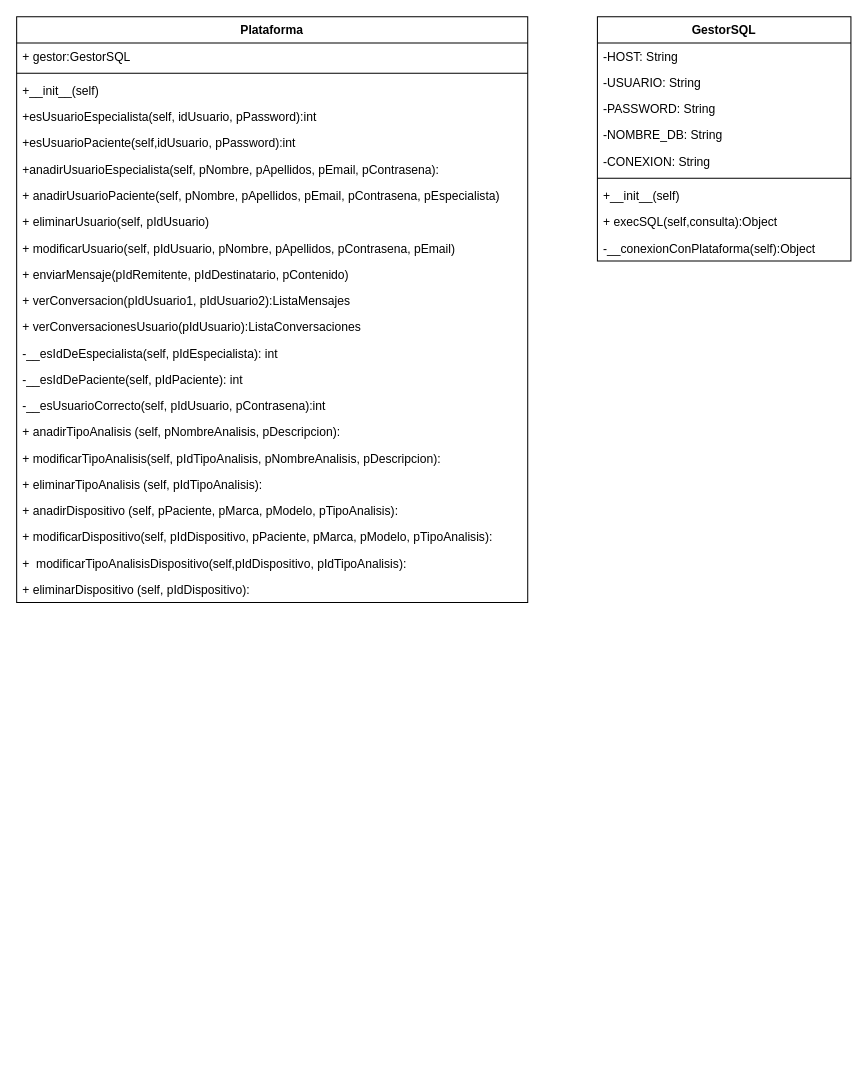
javierpm997/TFG keeps this draw.io diagram as Documentación/3. - Análisis y diseño/Diagrama de Clases Plataforma.drawio. Above is the earlier version. Source tidied: cells renumbered, new cells numbered last; positions are measured from the earlier drawing's top-left corner, leaving out a move shared by most shapes. Both pictures are drawn from the tidied source at 101%, with x=0, y=0 at pixel (16, 16).
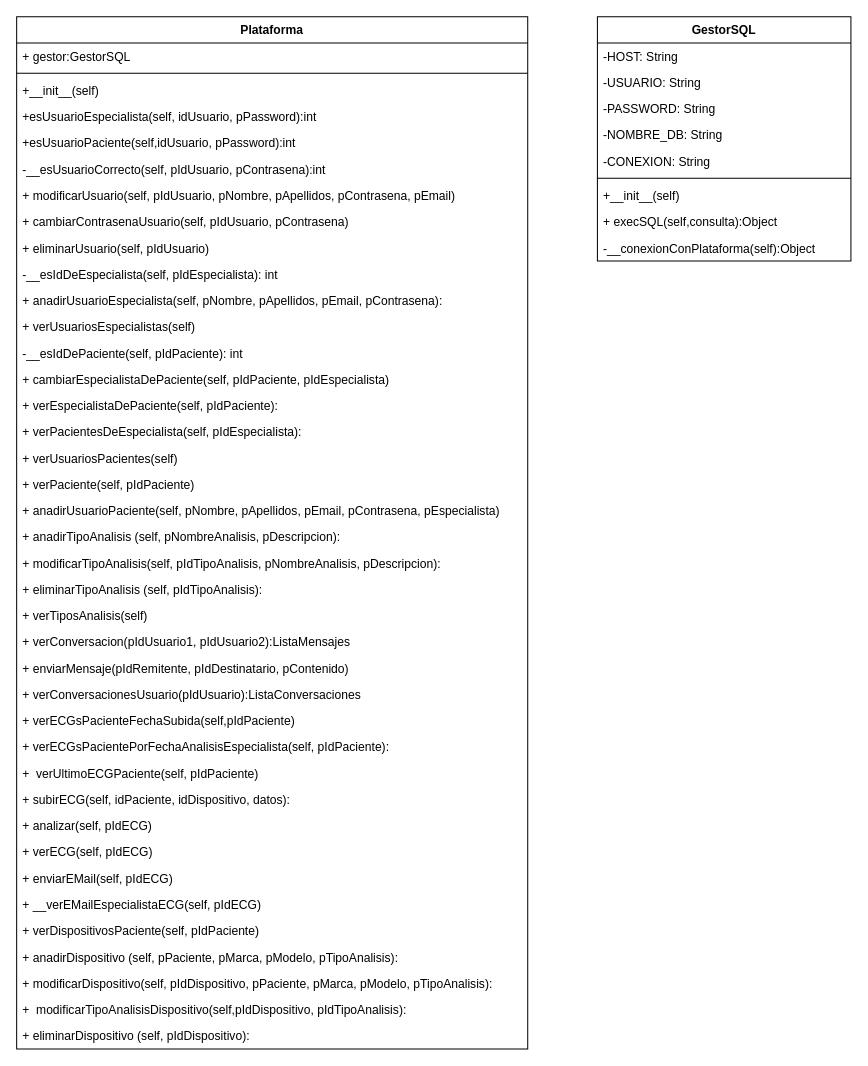
After the change.

What changed in the source:
```diff
@@
     <mxCell id="2" value="Plataforma" style="swimlane;fontStyle=1;align=center;verticalAlign=top;horizontal=1;startSize=26;" parent="1" vertex="1">
-      <mxGeometry width="506" height="580" as="geometry" />
+      <mxGeometry width="506" height="1022" as="geometry" />
     </mxCell>
@@
+    <mxCell id="17" value="-__esUsuarioCorrecto(self, pIdUsuario, pContrasena):int&#10;&#10;" style="text;strokeColor=none;fillColor=none;align=left;verticalAlign=top;spacingLeft=4;spacingRight=4;overflow=hidden;" parent="2" vertex="1">
+      <mxGeometry y="138" width="506" height="26" as="geometry" />
+    </mxCell>
+    <mxCell id="11" value="+ modificarUsuario(self, pIdUsuario, pNombre, pApellidos, pContrasena, pEmail)" style="text;strokeColor=none;fillColor=none;align=left;verticalAlign=top;spacingLeft=4;spacingRight=4;overflow=hidden;" parent="2" vertex="1">
+      <mxGeometry y="164" width="506" height="26" as="geometry" />
+    </mxCell>
+    <mxCell id="35" value="+ cambiarContrasenaUsuario(self, pIdUsuario, pContrasena)" style="text;strokeColor=none;fillColor=none;align=left;verticalAlign=top;spacingLeft=4;spacingRight=4;overflow=hidden;" parent="2" vertex="1">
+      <mxGeometry y="190" width="506" height="26" as="geometry" />
+    </mxCell>
+    <mxCell id="10" value="+ eliminarUsuario(self, pIdUsuario)" style="text;strokeColor=none;fillColor=none;align=left;verticalAlign=top;spacingLeft=4;spacingRight=4;overflow=hidden;" parent="2" vertex="1">
+      <mxGeometry y="216" width="506" height="26" as="geometry" />
+    </mxCell>
+    <mxCell id="15" value="-__esIdDeEspecialista(self, pIdEspecialista): int&#10;" style="text;strokeColor=none;fillColor=none;align=left;verticalAlign=top;spacingLeft=4;spacingRight=4;overflow=hidden;" parent="2" vertex="1">
+      <mxGeometry y="242" width="506" height="26" as="geometry" />
+    </mxCell>
-    <mxCell id="8" value="+anadirUsuarioEspecialista(self, pNombre, pApellidos, pEmail, pContrasena):&#10;" style="text;strokeColor=none;fillColor=none;align=left;verticalAlign=top;spacingLeft=4;spacingRight=4;overflow=hidden;" parent="2" vertex="1">
-      <mxGeometry y="138" width="506" height="26" as="geometry" />
+    <mxCell id="8" value="+ anadirUsuarioEspecialista(self, pNombre, pApellidos, pEmail, pContrasena):&#10;" style="text;strokeColor=none;fillColor=none;align=left;verticalAlign=top;spacingLeft=4;spacingRight=4;overflow=hidden;" parent="2" vertex="1">
+      <mxGeometry y="268" width="506" height="26" as="geometry" />
     </mxCell>
+    <mxCell id="36" value="+ verUsuariosEspecialistas(self)" style="text;strokeColor=none;fillColor=none;align=left;verticalAlign=top;spacingLeft=4;spacingRight=4;overflow=hidden;" parent="2" vertex="1">
+      <mxGeometry y="294" width="506" height="26" as="geometry" />
+    </mxCell>
+    <mxCell id="16" value="-__esIdDePaciente(self, pIdPaciente): int&#10;" style="text;strokeColor=none;fillColor=none;align=left;verticalAlign=top;spacingLeft=4;spacingRight=4;overflow=hidden;" parent="2" vertex="1">
+      <mxGeometry y="320" width="506" height="26" as="geometry" />
+    </mxCell>
+    <mxCell id="37" value="+ cambiarEspecialistaDePaciente(self, pIdPaciente, pIdEspecialista)" style="text;strokeColor=none;fillColor=none;align=left;verticalAlign=top;spacingLeft=4;spacingRight=4;overflow=hidden;" parent="2" vertex="1">
+      <mxGeometry y="346" width="506" height="26" as="geometry" />
+    </mxCell>
+    <mxCell id="38" value="+ verEspecialistaDePaciente(self, pIdPaciente):" style="text;strokeColor=none;fillColor=none;align=left;verticalAlign=top;spacingLeft=4;spacingRight=4;overflow=hidden;" parent="2" vertex="1">
+      <mxGeometry y="372" width="506" height="26" as="geometry" />
+    </mxCell>
+    <mxCell id="39" value="+ verPacientesDeEspecialista(self, pIdEspecialista):" style="text;strokeColor=none;fillColor=none;align=left;verticalAlign=top;spacingLeft=4;spacingRight=4;overflow=hidden;" parent="2" vertex="1">
+      <mxGeometry y="398" width="506" height="26" as="geometry" />
+    </mxCell>
+    <mxCell id="40" value="+ verUsuariosPacientes(self)" style="text;strokeColor=none;fillColor=none;align=left;verticalAlign=top;spacingLeft=4;spacingRight=4;overflow=hidden;" parent="2" vertex="1">
+      <mxGeometry y="424" width="506" height="26" as="geometry" />
+    </mxCell>
+    <mxCell id="41" value="+ verPaciente(self, pIdPaciente)" style="text;strokeColor=none;fillColor=none;align=left;verticalAlign=top;spacingLeft=4;spacingRight=4;overflow=hidden;" parent="2" vertex="1">
+      <mxGeometry y="450" width="506" height="26" as="geometry" />
+    </mxCell>
     <mxCell id="9" value="+ anadirUsuarioPaciente(self, pNombre, pApellidos, pEmail, pContrasena, pEspecialista)" style="text;strokeColor=none;fillColor=none;align=left;verticalAlign=top;spacingLeft=4;spacingRight=4;overflow=hidden;" parent="2" vertex="1">
-      <mxGeometry y="164" width="506" height="26" as="geometry" />
+      <mxGeometry y="476" width="506" height="26" as="geometry" />
     </mxCell>
-    <mxCell id="10" value="+ eliminarUsuario(self, pIdUsuario)" style="text;strokeColor=none;fillColor=none;align=left;verticalAlign=top;spacingLeft=4;spacingRight=4;overflow=hidden;" parent="2" vertex="1">
-      <mxGeometry y="190" width="506" height="26" as="geometry" />
-    </mxCell>
-    <mxCell id="11" value="+ modificarUsuario(self, pIdUsuario, pNombre, pApellidos, pContrasena, pEmail)" style="text;strokeColor=none;fillColor=none;align=left;verticalAlign=top;spacingLeft=4;spacingRight=4;overflow=hidden;" parent="2" vertex="1">
-      <mxGeometry y="216" width="506" height="26" as="geometry" />
-    </mxCell>
-    <mxCell id="12" value="+ enviarMensaje(pIdRemitente, pIdDestinatario, pContenido)" style="text;strokeColor=none;fillColor=none;align=left;verticalAlign=top;spacingLeft=4;spacingRight=4;overflow=hidden;" parent="2" vertex="1">
-      <mxGeometry y="242" width="506" height="26" as="geometry" />
-    </mxCell>
-    <mxCell id="13" value="+ verConversacion(pIdUsuario1, pIdUsuario2):ListaMensajes" style="text;strokeColor=none;fillColor=none;align=left;verticalAlign=top;spacingLeft=4;spacingRight=4;overflow=hidden;" parent="2" vertex="1">
-      <mxGeometry y="268" width="506" height="26" as="geometry" />
-    </mxCell>
-    <mxCell id="14" value="+ verConversacionesUsuario(pIdUsuario):ListaConversaciones" style="text;strokeColor=none;fillColor=none;align=left;verticalAlign=top;spacingLeft=4;spacingRight=4;overflow=hidden;" parent="2" vertex="1">
-      <mxGeometry y="294" width="506" height="26" as="geometry" />
-    </mxCell>
-    <mxCell id="15" value="-__esIdDeEspecialista(self, pIdEspecialista): int&#10;" style="text;strokeColor=none;fillColor=none;align=left;verticalAlign=top;spacingLeft=4;spacingRight=4;overflow=hidden;" parent="2" vertex="1">
-      <mxGeometry y="320" width="506" height="26" as="geometry" />
-    </mxCell>
-    <mxCell id="16" value="-__esIdDePaciente(self, pIdPaciente): int&#10;" style="text;strokeColor=none;fillColor=none;align=left;verticalAlign=top;spacingLeft=4;spacingRight=4;overflow=hidden;" parent="2" vertex="1">
-      <mxGeometry y="346" width="506" height="26" as="geometry" />
-    </mxCell>
-    <mxCell id="17" value="-__esUsuarioCorrecto(self, pIdUsuario, pContrasena):int&#10;&#10;" style="text;strokeColor=none;fillColor=none;align=left;verticalAlign=top;spacingLeft=4;spacingRight=4;overflow=hidden;" parent="2" vertex="1">
-      <mxGeometry y="372" width="506" height="26" as="geometry" />
-    </mxCell>
     <mxCell id="18" value="+ anadirTipoAnalisis (self, pNombreAnalisis, pDescripcion):" style="text;strokeColor=none;fillColor=none;align=left;verticalAlign=top;spacingLeft=4;spacingRight=4;overflow=hidden;" parent="2" vertex="1">
-      <mxGeometry y="398" width="506" height="26" as="geometry" />
+      <mxGeometry y="502" width="506" height="26" as="geometry" />
     </mxCell>
     <mxCell id="19" value="+ modificarTipoAnalisis(self, pIdTipoAnalisis, pNombreAnalisis, pDescripcion):" style="text;strokeColor=none;fillColor=none;align=left;verticalAlign=top;spacingLeft=4;spacingRight=4;overflow=hidden;" parent="2" vertex="1">
-      <mxGeometry y="424" width="506" height="26" as="geometry" />
+      <mxGeometry y="528" width="506" height="26" as="geometry" />
     </mxCell>
     <mxCell id="20" value="+ eliminarTipoAnalisis (self, pIdTipoAnalisis):" style="text;strokeColor=none;fillColor=none;align=left;verticalAlign=top;spacingLeft=4;spacingRight=4;overflow=hidden;" parent="2" vertex="1">
-      <mxGeometry y="450" width="506" height="26" as="geometry" />
+      <mxGeometry y="554" width="506" height="26" as="geometry" />
     </mxCell>
+    <mxCell id="42" value="+ verTiposAnalisis(self)" style="text;strokeColor=none;fillColor=none;align=left;verticalAlign=top;spacingLeft=4;spacingRight=4;overflow=hidden;" parent="2" vertex="1">
+      <mxGeometry y="580" width="506" height="26" as="geometry" />
+    </mxCell>
+    <mxCell id="13" value="+ verConversacion(pIdUsuario1, pIdUsuario2):ListaMensajes" style="text;strokeColor=none;fillColor=none;align=left;verticalAlign=top;spacingLeft=4;spacingRight=4;overflow=hidden;" parent="2" vertex="1">
+      <mxGeometry y="606" width="506" height="26" as="geometry" />
+    </mxCell>
+    <mxCell id="12" value="+ enviarMensaje(pIdRemitente, pIdDestinatario, pContenido)" style="text;strokeColor=none;fillColor=none;align=left;verticalAlign=top;spacingLeft=4;spacingRight=4;overflow=hidden;" parent="2" vertex="1">
+      <mxGeometry y="632" width="506" height="26" as="geometry" />
+    </mxCell>
+    <mxCell id="14" value="+ verConversacionesUsuario(pIdUsuario):ListaConversaciones" style="text;strokeColor=none;fillColor=none;align=left;verticalAlign=top;spacingLeft=4;spacingRight=4;overflow=hidden;" parent="2" vertex="1">
+      <mxGeometry y="658" width="506" height="26" as="geometry" />
+    </mxCell>
+    <mxCell id="43" value="+ verECGsPacienteFechaSubida(self,pIdPaciente)" style="text;strokeColor=none;fillColor=none;align=left;verticalAlign=top;spacingLeft=4;spacingRight=4;overflow=hidden;" parent="2" vertex="1">
+      <mxGeometry y="684" width="506" height="26" as="geometry" />
+    </mxCell>
+    <mxCell id="44" value="+ verECGsPacientePorFechaAnalisisEspecialista(self, pIdPaciente):" style="text;strokeColor=none;fillColor=none;align=left;verticalAlign=top;spacingLeft=4;spacingRight=4;overflow=hidden;" parent="2" vertex="1">
+      <mxGeometry y="710" width="506" height="26" as="geometry" />
+    </mxCell>
+    <mxCell id="45" value="+  verUltimoECGPaciente(self, pIdPaciente)" style="text;strokeColor=none;fillColor=none;align=left;verticalAlign=top;spacingLeft=4;spacingRight=4;overflow=hidden;" parent="2" vertex="1">
+      <mxGeometry y="736" width="506" height="26" as="geometry" />
+    </mxCell>
+    <mxCell id="46" value="+ subirECG(self, idPaciente, idDispositivo, datos):" style="text;strokeColor=none;fillColor=none;align=left;verticalAlign=top;spacingLeft=4;spacingRight=4;overflow=hidden;" parent="2" vertex="1">
+      <mxGeometry y="762" width="506" height="26" as="geometry" />
+    </mxCell>
+    <mxCell id="47" value="+ analizar(self, pIdECG)" style="text;strokeColor=none;fillColor=none;align=left;verticalAlign=top;spacingLeft=4;spacingRight=4;overflow=hidden;" parent="2" vertex="1">
+      <mxGeometry y="788" width="506" height="26" as="geometry" />
+    </mxCell>
+    <mxCell id="48" value="+ verECG(self, pIdECG)" style="text;strokeColor=none;fillColor=none;align=left;verticalAlign=top;spacingLeft=4;spacingRight=4;overflow=hidden;" parent="2" vertex="1">
+      <mxGeometry y="814" width="506" height="26" as="geometry" />
+    </mxCell>
+    <mxCell id="49" value="+ enviarEMail(self, pIdECG)" style="text;strokeColor=none;fillColor=none;align=left;verticalAlign=top;spacingLeft=4;spacingRight=4;overflow=hidden;" parent="2" vertex="1">
+      <mxGeometry y="840" width="506" height="26" as="geometry" />
+    </mxCell>
+    <mxCell id="50" value="+ __verEMailEspecialistaECG(self, pIdECG)" style="text;strokeColor=none;fillColor=none;align=left;verticalAlign=top;spacingLeft=4;spacingRight=4;overflow=hidden;" parent="2" vertex="1">
+      <mxGeometry y="866" width="506" height="26" as="geometry" />
+    </mxCell>
-    <mxCell id="21" value="+ anadirDispositivo (self, pPaciente, pMarca, pModelo, pTipoAnalisis):&#10;&#10;" style="text;strokeColor=none;fillColor=none;align=left;verticalAlign=top;spacingLeft=4;spacingRight=4;overflow=hidden;" parent="2" vertex="1">
-      <mxGeometry y="476" width="506" height="26" as="geometry" />
+    <mxCell id="21" value="+ verDispositivosPaciente(self, pIdPaciente)" style="text;strokeColor=none;fillColor=none;align=left;verticalAlign=top;spacingLeft=4;spacingRight=4;overflow=hidden;" parent="2" vertex="1">
+      <mxGeometry y="892" width="506" height="26" as="geometry" />
     </mxCell>
+    <mxCell id="51" value="+ anadirDispositivo (self, pPaciente, pMarca, pModelo, pTipoAnalisis):&#10;&#10;" style="text;strokeColor=none;fillColor=none;align=left;verticalAlign=top;spacingLeft=4;spacingRight=4;overflow=hidden;" parent="2" vertex="1">
+      <mxGeometry y="918" width="506" height="26" as="geometry" />
+    </mxCell>
     <mxCell id="22" value="+ modificarDispositivo(self, pIdDispositivo, pPaciente, pMarca, pModelo, pTipoAnalisis):" style="text;strokeColor=none;fillColor=none;align=left;verticalAlign=top;spacingLeft=4;spacingRight=4;overflow=hidden;" parent="2" vertex="1">
-      <mxGeometry y="502" width="506" height="26" as="geometry" />
+      <mxGeometry y="944" width="506" height="26" as="geometry" />
     </mxCell>
     <mxCell id="23" value="+  modificarTipoAnalisisDispositivo(self,pIdDispositivo, pIdTipoAnalisis):" style="text;strokeColor=none;fillColor=none;align=left;verticalAlign=top;spacingLeft=4;spacingRight=4;overflow=hidden;" parent="2" vertex="1">
-      <mxGeometry y="528" width="506" height="26" as="geometry" />
+      <mxGeometry y="970" width="506" height="26" as="geometry" />
     </mxCell>
     <mxCell id="24" value="+ eliminarDispositivo (self, pIdDispositivo):" style="text;strokeColor=none;fillColor=none;align=left;verticalAlign=top;spacingLeft=4;spacingRight=4;overflow=hidden;" parent="2" vertex="1">
-      <mxGeometry y="554" width="506" height="26" as="geometry" />
+      <mxGeometry y="996" width="506" height="26" as="geometry" />
     </mxCell>
```
